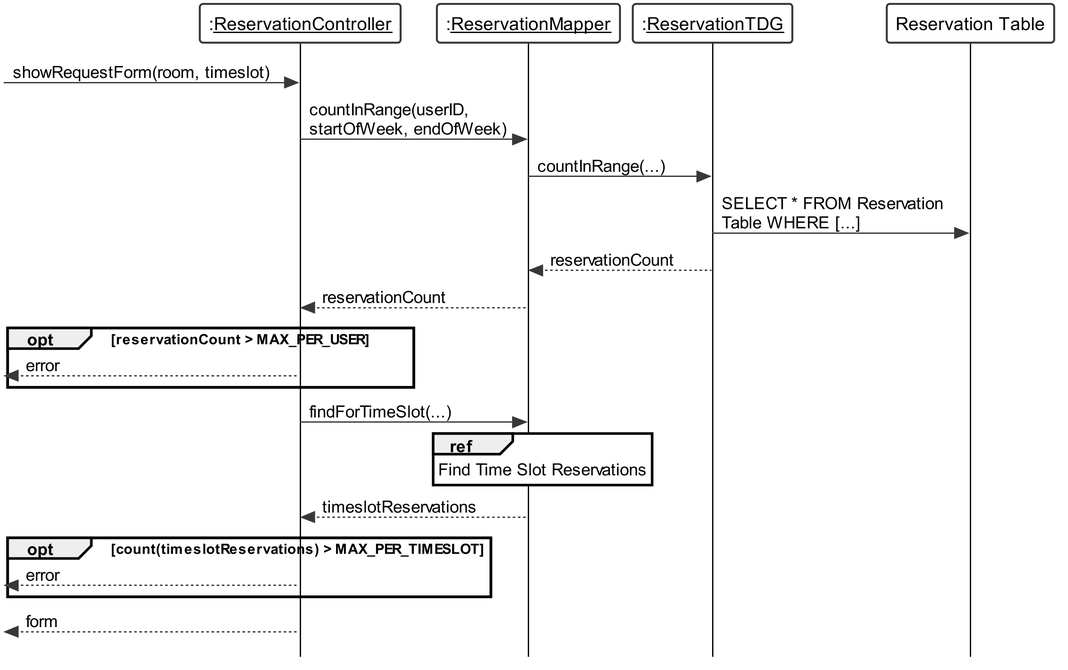
wolfcall/Tyrell-Corp keeps this PlantUML diagram as Documentation/plantuml/SD_UC04_1.png. Above is the earlier version.
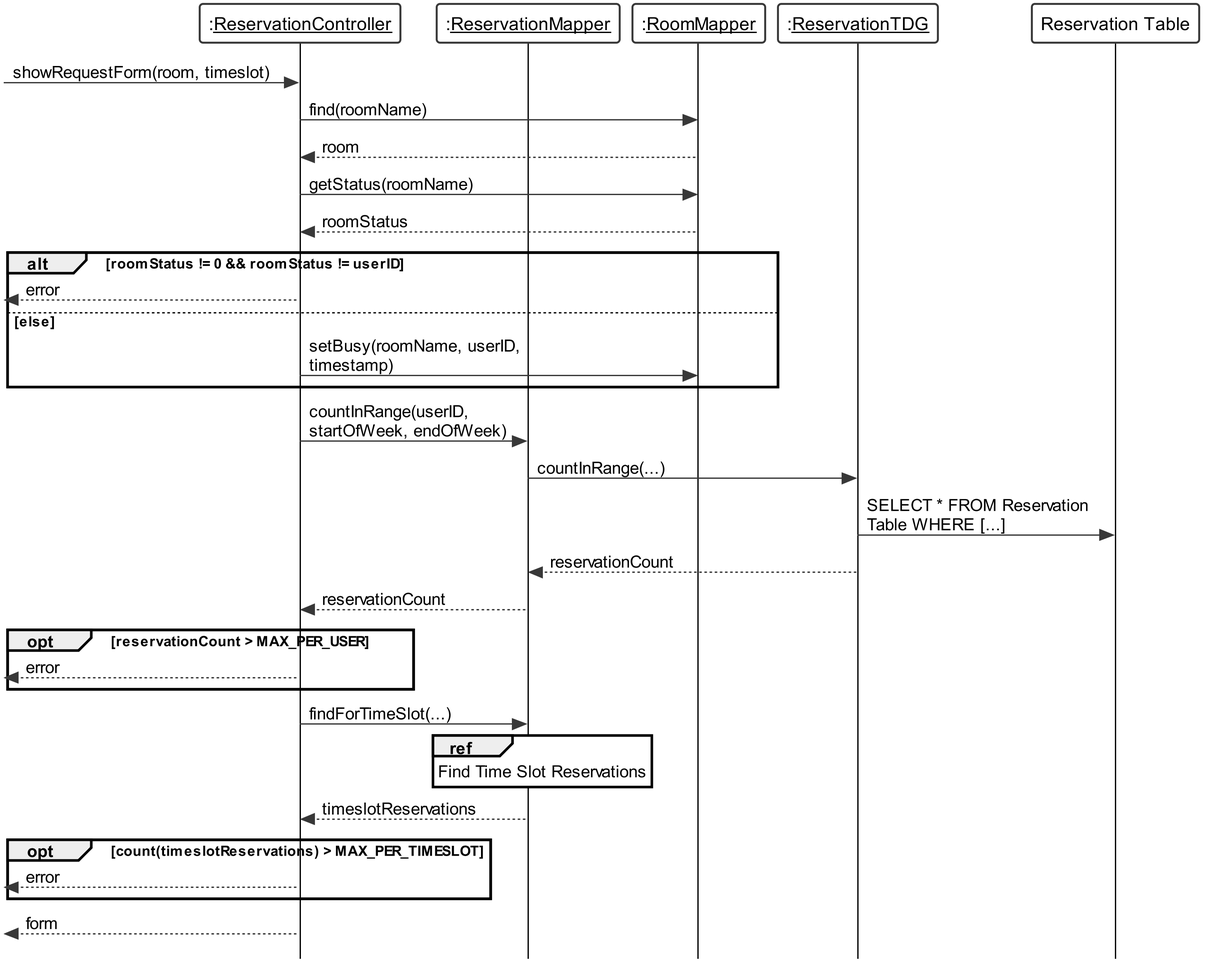
The same file after the commit.

What changed in the source:
```diff
@@ -27,10 +27,22 @@
 
 participant ":__ReservationController__" as rController
 participant ":__ReservationMapper__" as rMapper
+participant ":__RoomMapper__" as roMapper
 participant ":__ReservationTDG__" as rTDG
 participant "Reservation Table" as rTable
 
 [-> rController: showRequestForm(room, timeslot)
+
+rController -> roMapper : find(roomName)
+roMapper --> rController : room
+rController -> roMapper : getStatus(roomName)
+roMapper --> rController : roomStatus
+
+alt roomStatus != 0 && roomStatus != userID
+	[<--rController : error
+else else
+	rController -> roMapper : setBusy(roomName, userID, timestamp)
+end
 
 rController -> rMapper : countInRange(userID, startOfWeek, endOfWeek)
 rMapper -> rTDG: countInRange(...)
```
